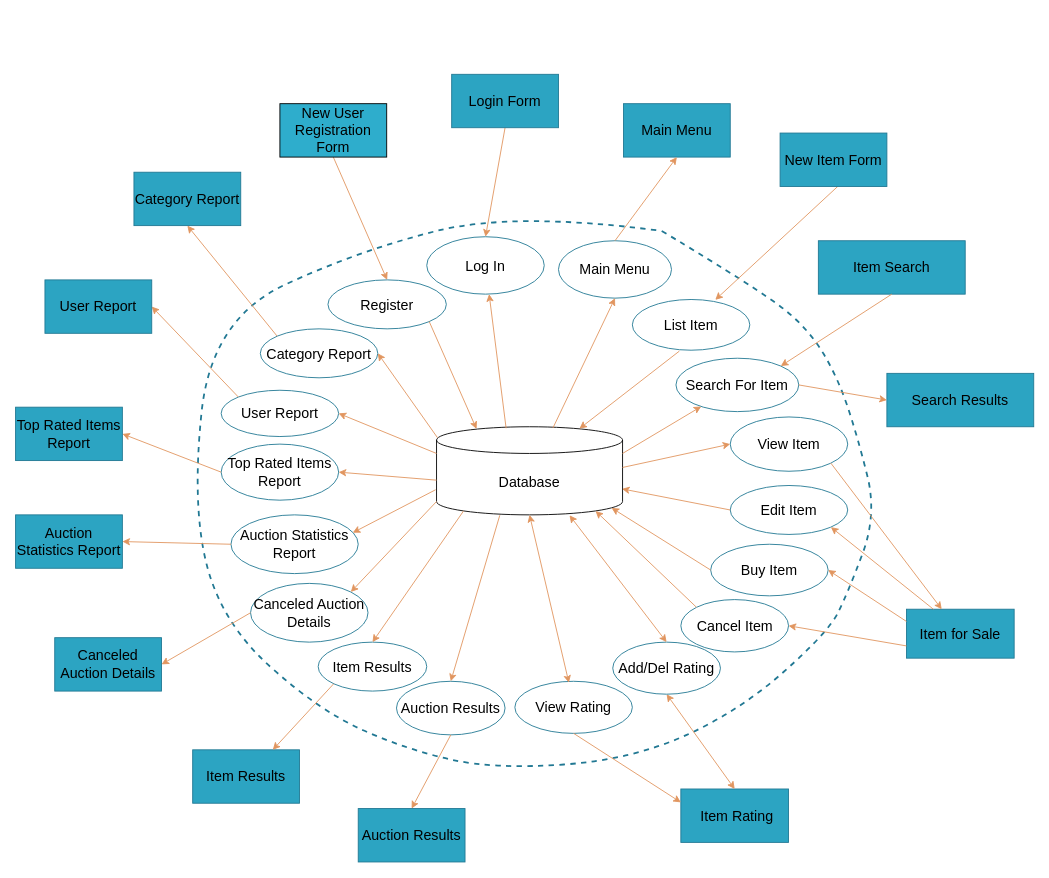
Before: Deliverables/IFD.drawio in leileili1010/Buzzbid, a draw.io diagram. Source tidied: cells renumbered, new cells numbered last; positions are measured from the earlier drawing's top-left corner, leaving out a move shared by most shapes. Both pictures are drawn from the tidied source at 89%, with x=0, y=0 at pixel (15, 74).
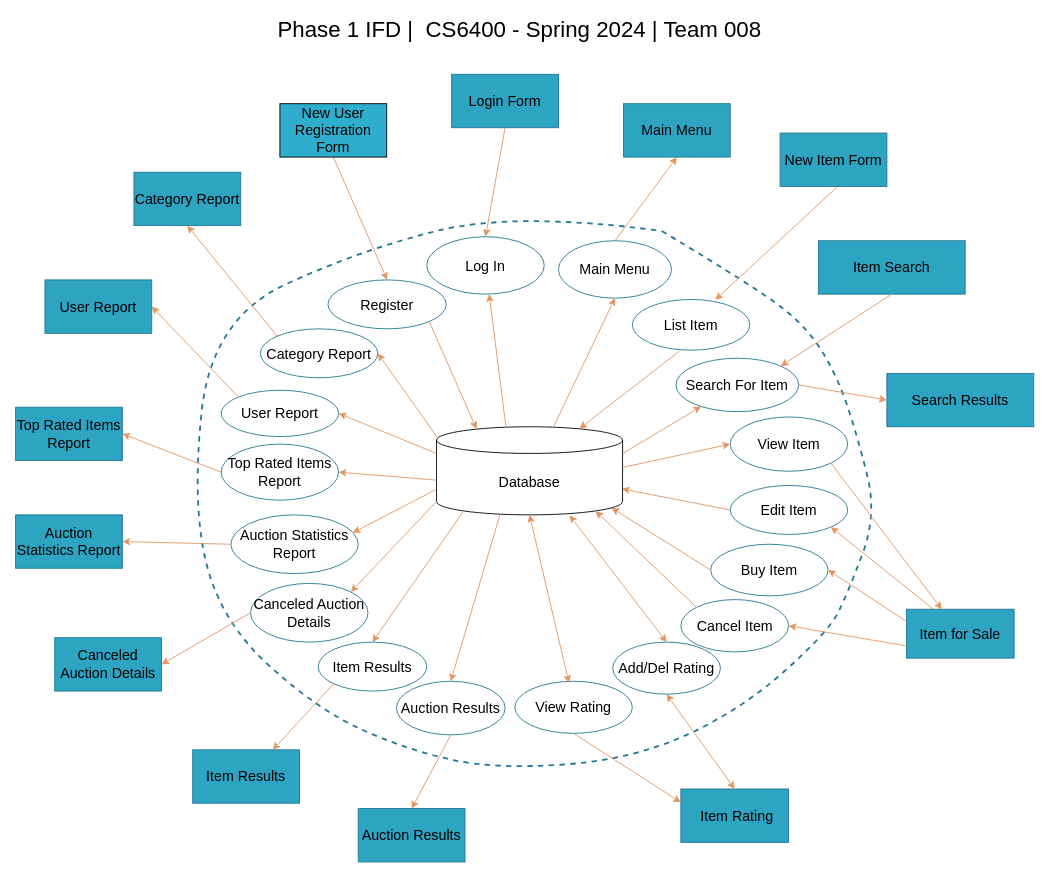
The same diagram, later.

Commit message:
Add title to IFD

The edit, as a diff of the source:
```diff
@@
+    <mxCell id="74" value="Phase 1 IFD |&amp;nbsp; CS6400 - Spring 2024 | Team 008" style="text;html=1;align=center;verticalAlign=middle;whiteSpace=wrap;rounded=0;fontSize=25;" parent="1" vertex="1">
+      <mxGeometry x="286" y="-66" width="561" height="30" as="geometry" />
+    </mxCell>
```
